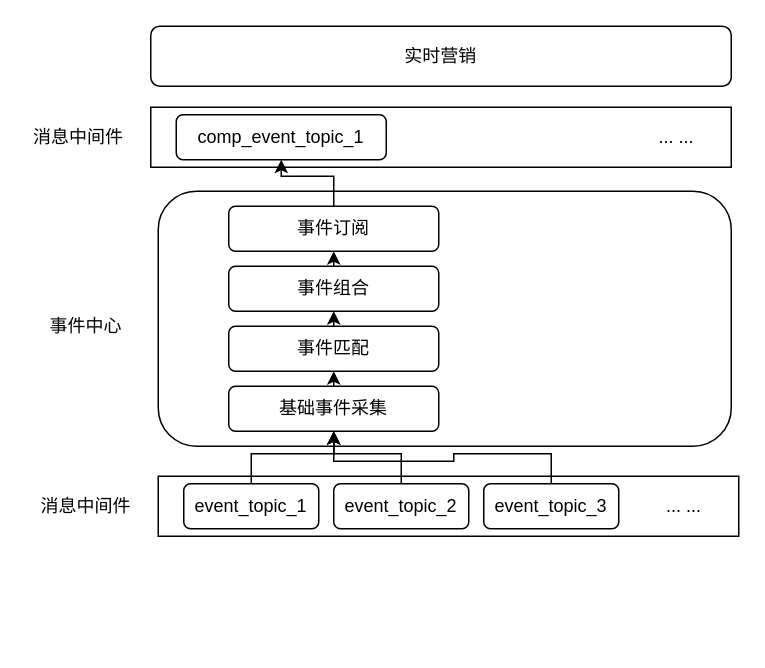
Before: 湖北移动事件中心集成架构.drawio in fengjj/webmarket0.1, a draw.io diagram. Source tidied: cells renumbered, new cells numbered last; positions are measured from the earlier drawing's top-left corner, leaving out a move shared by most shapes. Both pictures are drawn from the tidied source at 150%, with x=0, y=0 at pixel (26, 26).
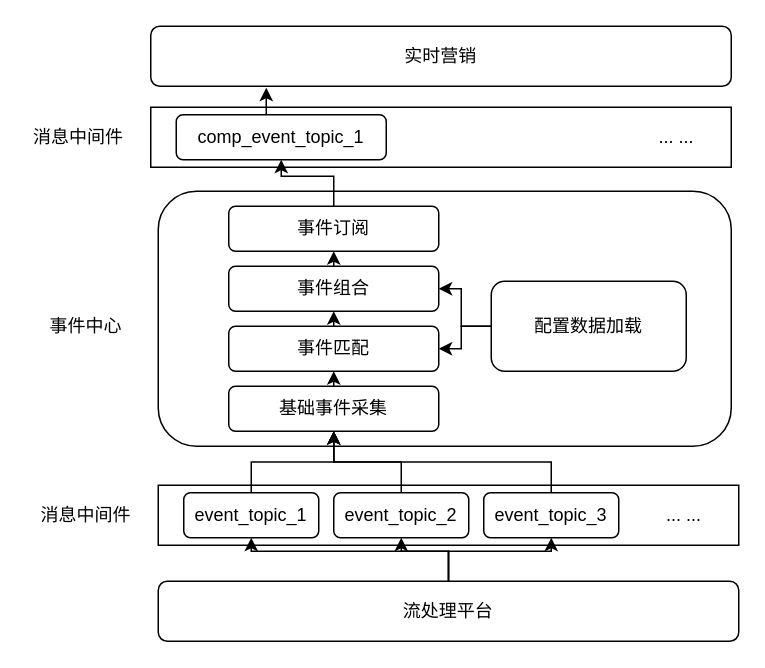
The same page after the edit.

Commit message:
更新湖北移动事件中心集成架构.drawio

Unchanged cells that the change refers to:
```xml
<mxCell id="16" value="comp_event_topic_1" style="rounded=1;whiteSpace=wrap;html=1;" parent="1" vertex="1">
  <mxGeometry x="100" y="59" width="140" height="30" as="geometry" />
</mxCell>
<mxCell id="18" value="实时营销" style="rounded=1;whiteSpace=wrap;html=1;" parent="1" vertex="1">
  <mxGeometry x="83" width="387" height="40" as="geometry" />
</mxCell>
<mxCell id="22" value="事件匹配" style="rounded=1;whiteSpace=wrap;html=1;" parent="1" vertex="1">
  <mxGeometry x="135" y="200" width="140" height="30" as="geometry" />
</mxCell>
<mxCell id="24" value="事件组合" style="rounded=1;whiteSpace=wrap;html=1;" parent="1" vertex="1">
  <mxGeometry x="135" y="160" width="140" height="30" as="geometry" />
</mxCell>
```

Change to the diagram source:
```diff
@@
     <mxCell id="3" style="rounded=0;whiteSpace=wrap;html=1;" parent="1" vertex="1">
-      <mxGeometry x="88" y="300" width="387" height="40" as="geometry" />
+      <mxGeometry x="88" y="306" width="387" height="40" as="geometry" />
     </mxCell>
     <mxCell id="4" value="消息中间件" style="text;html=1;strokeColor=none;fillColor=none;align=center;verticalAlign=middle;whiteSpace=wrap;rounded=0;" parent="1" vertex="1">
-      <mxGeometry x="5" y="310" width="70" height="20" as="geometry" />
+      <mxGeometry x="5" y="316" width="70" height="20" as="geometry" />
     </mxCell>
@@
     <mxCell id="7" value="event_topic_1" style="rounded=1;whiteSpace=wrap;html=1;" parent="1" vertex="1">
-      <mxGeometry x="105" y="305" width="90" height="30" as="geometry" />
+      <mxGeometry x="105" y="311" width="90" height="30" as="geometry" />
     </mxCell>
@@
     <mxCell id="9" value="event_topic_2" style="rounded=1;whiteSpace=wrap;html=1;" parent="1" vertex="1">
-      <mxGeometry x="205" y="305" width="90" height="30" as="geometry" />
+      <mxGeometry x="205" y="311" width="90" height="30" as="geometry" />
     </mxCell>
@@
     <mxCell id="11" value="event_topic_3" style="rounded=1;whiteSpace=wrap;html=1;" parent="1" vertex="1">
-      <mxGeometry x="305" y="305" width="90" height="30" as="geometry" />
+      <mxGeometry x="305" y="311" width="90" height="30" as="geometry" />
     </mxCell>
     <mxCell id="12" value="... ..." style="text;html=1;align=left;verticalAlign=top;spacingTop=-4;" parent="1" vertex="1">
-      <mxGeometry x="425" y="310" width="40" height="20" as="geometry" />
+      <mxGeometry x="425" y="316" width="40" height="20" as="geometry" />
     </mxCell>
@@
+    <mxCell id="28" style="edgeStyle=orthogonalEdgeStyle;rounded=0;jettySize=auto;html=1;exitX=0.5;exitY=0;exitDx=0;exitDy=0;entryX=0.199;entryY=1.025;entryDx=0;entryDy=0;entryPerimeter=0;" parent="1" edge="1" source="16" target="18">
+      <mxGeometry relative="1" as="geometry" />
+    </mxCell>
@@
+    <mxCell id="29" style="edgeStyle=orthogonalEdgeStyle;rounded=0;jettySize=auto;html=1;exitX=0;exitY=0.5;exitDx=0;exitDy=0;entryX=1;entryY=0.5;entryDx=0;entryDy=0;" parent="1" edge="1" source="31" target="24">
+      <mxGeometry relative="1" as="geometry" />
+    </mxCell>
+    <mxCell id="30" style="edgeStyle=orthogonalEdgeStyle;rounded=0;jettySize=auto;html=1;exitX=0;exitY=0.5;exitDx=0;exitDy=0;" parent="1" edge="1" source="31" target="22">
+      <mxGeometry relative="1" as="geometry" />
+    </mxCell>
+    <mxCell id="31" value="配置数据加载" style="rounded=1;whiteSpace=wrap;html=1;" parent="1" vertex="1">
+      <mxGeometry x="310" y="170" width="130" height="60" as="geometry" />
+    </mxCell>
+    <mxCell id="32" style="edgeStyle=orthogonalEdgeStyle;rounded=0;jettySize=auto;html=1;exitX=0.5;exitY=0;exitDx=0;exitDy=0;entryX=0.5;entryY=1;entryDx=0;entryDy=0;" parent="1" edge="1" source="35" target="7">
+      <mxGeometry relative="1" as="geometry" />
+    </mxCell>
+    <mxCell id="33" style="edgeStyle=orthogonalEdgeStyle;rounded=0;jettySize=auto;html=1;exitX=0.5;exitY=0;exitDx=0;exitDy=0;entryX=0.5;entryY=1;entryDx=0;entryDy=0;" parent="1" edge="1" source="35" target="9">
+      <mxGeometry relative="1" as="geometry" />
+    </mxCell>
+    <mxCell id="34" style="edgeStyle=orthogonalEdgeStyle;rounded=0;jettySize=auto;html=1;exitX=0.5;exitY=0;exitDx=0;exitDy=0;entryX=0.5;entryY=1;entryDx=0;entryDy=0;" parent="1" edge="1" source="35" target="11">
+      <mxGeometry relative="1" as="geometry" />
+    </mxCell>
+    <mxCell id="35" value="流处理平台" style="rounded=1;whiteSpace=wrap;html=1;" parent="1" vertex="1">
+      <mxGeometry x="88" y="370" width="387" height="40" as="geometry" />
+    </mxCell>
```
